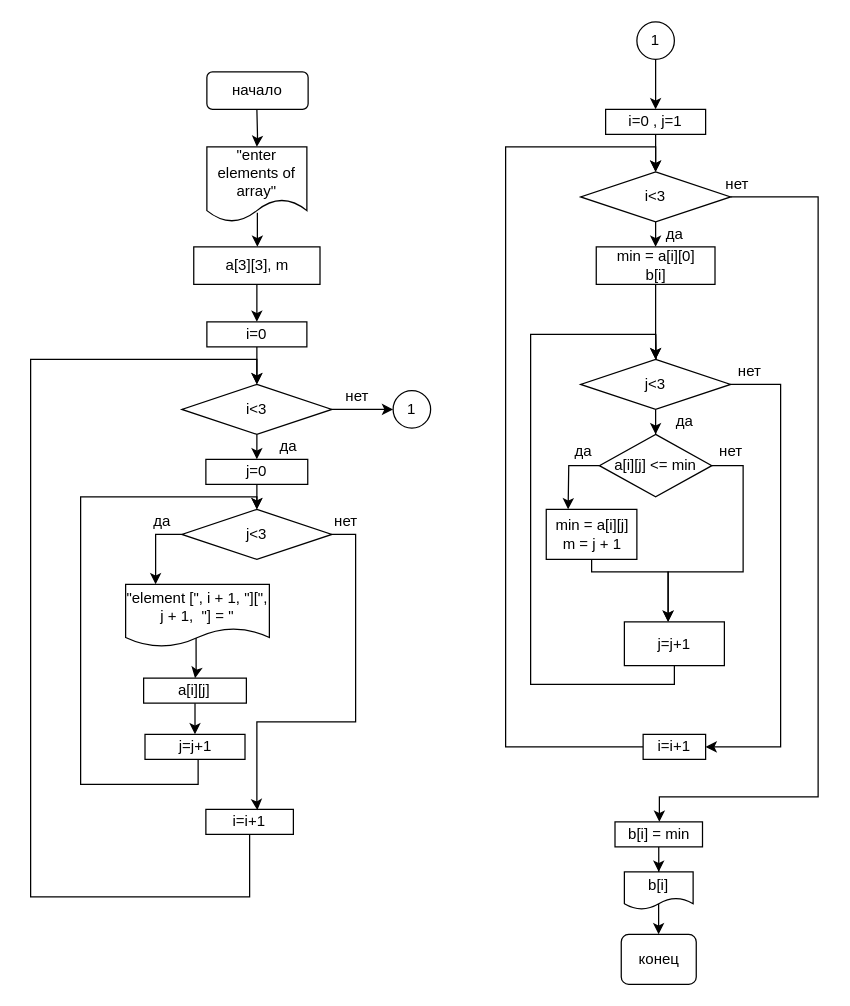
klep1koff/lifeishard keeps this draw.io diagram as 6/6.2.drawio. Above is the earlier version. Source tidied: cells renumbered, new cells numbered last; positions are measured from the earlier drawing's top-left corner, leaving out a move shared by most shapes. Both pictures are drawn from the tidied source at 125%, with x=0, y=0 at pixel (30, 21).
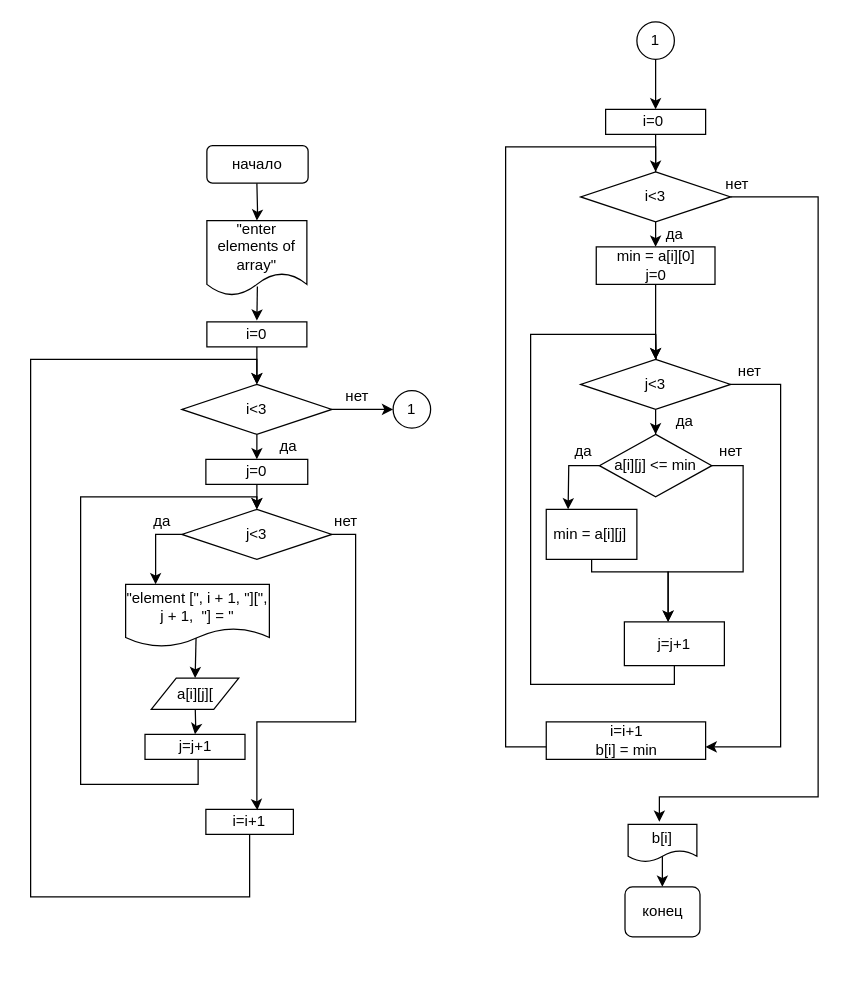
Above is the later version.

Unchanged cells that the change refers to:
```xml
<mxCell id="3" value="i=0" style="whiteSpace=wrap;html=1;rounded=0;" parent="1" vertex="1">
  <mxGeometry x="141" y="240" width="80" height="20" as="geometry" />
</mxCell>
<mxCell id="16" value="&quot;element [&quot;, i + 1, &quot;][&quot;, j + 1,&amp;nbsp; &quot;] = &quot;" style="shape=document;whiteSpace=wrap;html=1;boundedLbl=1;" parent="1" vertex="1">
  <mxGeometry x="76" y="450" width="115" height="50" as="geometry" />
</mxCell>
<mxCell id="44" value="j&amp;lt;3" style="rhombus;whiteSpace=wrap;html=1;rounded=0;" parent="1" vertex="1">
  <mxGeometry x="440" y="270" width="120" height="40" as="geometry" />
</mxCell>
<mxCell id="45" value="j=j+1" style="whiteSpace=wrap;html=1;" parent="1" vertex="1">
  <mxGeometry x="91.5" y="570" width="80" height="20" as="geometry" />
</mxCell>
```

What changed in the source:
```diff
@@
     <mxCell id="9" style="edgeStyle=orthogonalEdgeStyle;rounded=0;jettySize=auto;html=1;" parent="1" edge="1" target="11">
       <mxGeometry relative="1" as="geometry">
-        <mxPoint x="181" y="70" as="sourcePoint" />
+        <mxPoint x="181" y="129" as="sourcePoint" />
       </mxGeometry>
     </mxCell>
-    <mxCell id="10" style="edgeStyle=orthogonalEdgeStyle;rounded=0;jettySize=auto;html=1;exitX=0.505;exitY=0.879;exitDx=0;exitDy=0;exitPerimeter=0;" parent="1" edge="1" source="11" target="13">
-      <mxGeometry relative="1" as="geometry" />
+    <mxCell id="10" style="edgeStyle=orthogonalEdgeStyle;rounded=0;jettySize=auto;html=1;exitX=0.505;exitY=0.879;exitDx=0;exitDy=0;exitPerimeter=0;" parent="1" edge="1" source="11">
+      <mxGeometry relative="1" as="geometry">
+        <mxPoint x="181" y="239" as="targetPoint" />
+      </mxGeometry>
     </mxCell>
     <mxCell id="11" value="&quot;enter elements of array&quot;" style="shape=document;whiteSpace=wrap;html=1;boundedLbl=1;" parent="1" vertex="1">
-      <mxGeometry x="141" y="100" width="80" height="60" as="geometry" />
+      <mxGeometry x="141" y="159" width="80" height="60" as="geometry" />
     </mxCell>
-    <mxCell id="12" style="edgeStyle=orthogonalEdgeStyle;rounded=0;jettySize=auto;html=1;entryX=0.5;entryY=0;entryDx=0;entryDy=0;" parent="1" edge="1" source="13" target="3">
-      <mxGeometry relative="1" as="geometry" />
-    </mxCell>
-    <mxCell id="13" value="a[3][3], m" style="whiteSpace=wrap;html=1;" parent="1" vertex="1">
-      <mxGeometry x="130.5" y="180" width="101" height="30" as="geometry" />
-    </mxCell>
     <mxCell id="14" value="начало" style="rounded=1;whiteSpace=wrap;html=1;" parent="1" vertex="1">
-      <mxGeometry x="141" y="40" width="81" height="30" as="geometry" />
+      <mxGeometry x="141" y="99" width="81" height="30" as="geometry" />
     </mxCell>
-    <mxCell id="15" style="edgeStyle=orthogonalEdgeStyle;rounded=0;jettySize=auto;html=1;exitX=0.49;exitY=0.85;exitDx=0;exitDy=0;exitPerimeter=0;" parent="1" edge="1" source="16" target="19">
-      <mxGeometry relative="1" as="geometry" />
+    <mxCell id="15" style="edgeStyle=orthogonalEdgeStyle;rounded=0;jettySize=auto;html=1;exitX=0.49;exitY=0.85;exitDx=0;exitDy=0;exitPerimeter=0;" parent="1" edge="1" source="16">
+      <mxGeometry relative="1" as="geometry">
+        <mxPoint x="131.6" y="525" as="targetPoint" />
+      </mxGeometry>
     </mxCell>
@@
-    <mxCell id="18" style="edgeStyle=orthogonalEdgeStyle;rounded=0;jettySize=auto;html=1;" parent="1" edge="1" source="19" target="45">
-      <mxGeometry relative="1" as="geometry" />
+    <mxCell id="18" style="edgeStyle=orthogonalEdgeStyle;rounded=0;jettySize=auto;html=1;" parent="1" edge="1" target="45">
+      <mxGeometry relative="1" as="geometry">
+        <mxPoint x="131.6" y="545" as="sourcePoint" />
+      </mxGeometry>
     </mxCell>
-    <mxCell id="19" value="a[i][j]" style="whiteSpace=wrap;html=1;" parent="1" vertex="1">
-      <mxGeometry x="90.4" y="525" width="82.2" height="20" as="geometry" />
-    </mxCell>
@@
-    <mxCell id="30" value="i=0 , j=1" style="whiteSpace=wrap;html=1;rounded=0;" parent="1" vertex="1">
+    <mxCell id="30" value="i=0&amp;nbsp;" style="whiteSpace=wrap;html=1;rounded=0;" parent="1" vertex="1">
       <mxGeometry x="460" y="70" width="80" height="20" as="geometry" />
     </mxCell>
@@
-    <mxCell id="37" value="min = a[i][0]&lt;br&gt;b[i]" style="whiteSpace=wrap;html=1;rounded=0;" parent="1" vertex="1">
+    <mxCell id="37" value="min = a[i][0]&lt;br&gt;j=0" style="whiteSpace=wrap;html=1;rounded=0;" parent="1" vertex="1">
       <mxGeometry x="452.5" y="180" width="95" height="30" as="geometry" />
     </mxCell>
@@
-    <mxCell id="42" style="edgeStyle=orthogonalEdgeStyle;rounded=0;jettySize=auto;html=1;startArrow=none;" parent="1" edge="1" source="58">
-      <mxGeometry relative="1" as="geometry">
-        <mxPoint x="500" y="120" as="targetPoint" />
-        <Array as="points">
-          <mxPoint x="380" y="100" />
-          <mxPoint x="500" y="100" />
-        </Array>
-      </mxGeometry>
-    </mxCell>
@@
-    <mxCell id="46" style="edgeStyle=orthogonalEdgeStyle;rounded=0;jettySize=auto;html=1;exitX=1;exitY=0.5;exitDx=0;exitDy=0;entryX=1;entryY=0.5;entryDx=0;entryDy=0;" parent="1" edge="1" source="44" target="58">
+    <mxCell id="46" style="edgeStyle=orthogonalEdgeStyle;rounded=0;jettySize=auto;html=1;exitX=1;exitY=0.5;exitDx=0;exitDy=0;entryX=1;entryY=0.5;entryDx=0;entryDy=0;" parent="1" edge="1" source="44">
       <mxGeometry relative="1" as="geometry">
+        <mxPoint x="540" y="580" as="targetPoint" />
         <Array as="points">
           <mxPoint x="600" y="290" />
           <mxPoint x="600" y="580" />
         </Array>
       </mxGeometry>
     </mxCell>
@@
-    <mxCell id="55" value="min = a[i][j] m = j + 1" style="whiteSpace=wrap;html=1;" parent="1" vertex="1">
+    <mxCell id="55" value="min = a[i][j]&amp;nbsp;" style="whiteSpace=wrap;html=1;" parent="1" vertex="1">
       <mxGeometry x="412.5" y="390" width="72.5" height="40" as="geometry" />
     </mxCell>
@@
-    <mxCell id="58" value="i=i+1" style="whiteSpace=wrap;html=1;" parent="1" vertex="1">
-      <mxGeometry x="490" y="570" width="50" height="20" as="geometry" />
-    </mxCell>
-    <mxCell id="59" style="edgeStyle=orthogonalEdgeStyle;rounded=0;jettySize=auto;html=1;" parent="1" edge="1" source="60" target="62">
-      <mxGeometry relative="1" as="geometry" />
-    </mxCell>
-    <mxCell id="60" value="b[i] = min" style="whiteSpace=wrap;html=1;" parent="1" vertex="1">
-      <mxGeometry x="467.5" y="640" width="70" height="20" as="geometry" />
-    </mxCell>
@@
     <mxCell id="62" value="b[i]" style="shape=document;whiteSpace=wrap;html=1;boundedLbl=1;" parent="1" vertex="1">
-      <mxGeometry x="475" y="680" width="55" height="30" as="geometry" />
+      <mxGeometry x="478" y="642" width="55" height="30" as="geometry" />
     </mxCell>
     <mxCell id="63" value="конец" style="rounded=1;whiteSpace=wrap;html=1;" parent="1" vertex="1">
-      <mxGeometry x="472.5" y="730" width="60" height="40" as="geometry" />
+      <mxGeometry x="475.5" y="692" width="60" height="40" as="geometry" />
     </mxCell>
+    <mxCell id="60" value="i=i+1&lt;br&gt;b[i] = min" style="whiteSpace=wrap;html=1;" parent="1" vertex="1">
+      <mxGeometry x="412.5" y="560" width="127.5" height="30" as="geometry" />
+    </mxCell>
+    <mxCell id="64" style="edgeStyle=orthogonalEdgeStyle;rounded=0;jettySize=auto;html=1;startArrow=none;endArrow=none;" parent="1" edge="1" target="60">
+      <mxGeometry relative="1" as="geometry">
+        <mxPoint x="500" y="120" as="sourcePoint" />
+        <Array as="points">
+          <mxPoint x="500" y="100" />
+          <mxPoint x="380" y="100" />
+          <mxPoint x="380" y="580" />
+        </Array>
+      </mxGeometry>
+    </mxCell>
+    <mxCell id="65" value="a[i][j][" style="shape=parallelogram;perimeter=parallelogramPerimeter;whiteSpace=wrap;html=1;fixedSize=1;" parent="1" vertex="1">
+      <mxGeometry x="96.5" y="525" width="70" height="25" as="geometry" />
+    </mxCell>
```
